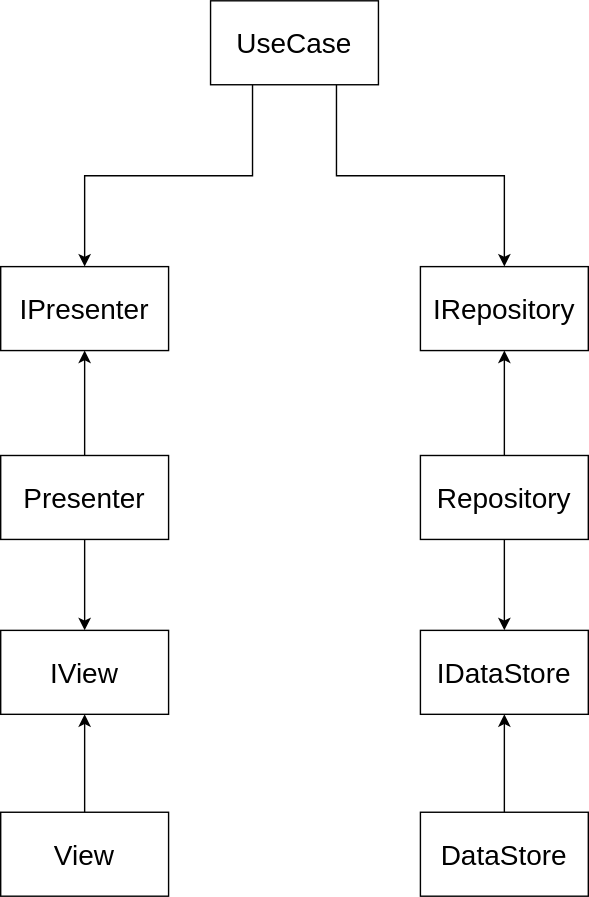
Earlier version of the draw.io export Docs/ProjectArchitecture.svg (ShotaKasuya/CanKicking). Source tidied: cells renumbered, new cells last; positions are measured from the earlier drawing's top-left corner, leaving out a move shared by most shapes.
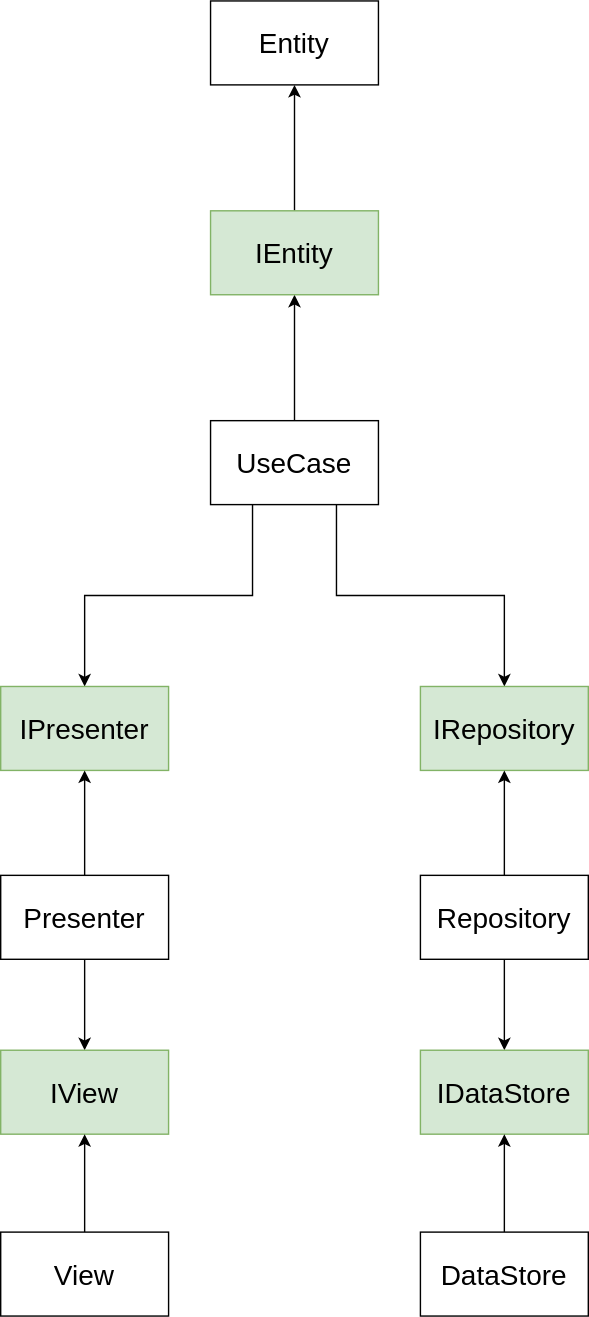
Above is the later version.

Diff of the diagram source:
```diff
@@ -8,13 +8,16 @@
     <mxCell id="3" style="edgeStyle=orthogonalEdgeStyle;rounded=0;jettySize=auto;html=1;exitX=0.75;exitY=1;exitDx=0;exitDy=0;entryX=0.5;entryY=0;entryDx=0;entryDy=0;" parent="1" edge="1" source="4" target="6">
       <mxGeometry relative="1" as="geometry" />
     </mxCell>
+    <mxCell id="19" style="edgeStyle=orthogonalEdgeStyle;rounded=0;jettySize=auto;html=1;exitX=0.5;exitY=0;exitDx=0;exitDy=0;entryX=0.5;entryY=1;entryDx=0;entryDy=0;" parent="1" edge="1" source="4" target="21">
+      <mxGeometry relative="1" as="geometry" />
+    </mxCell>
     <mxCell id="4" value="UseCase" style="rounded=0;whiteSpace=wrap;html=1;fontSize=20;" parent="1" vertex="1">
       <mxGeometry x="150" width="120" height="60" as="geometry" />
     </mxCell>
-    <mxCell id="5" value="IPresenter" style="rounded=0;whiteSpace=wrap;html=1;fontSize=20;" parent="1" vertex="1">
+    <mxCell id="5" value="IPresenter" style="rounded=0;whiteSpace=wrap;html=1;fontSize=20;fillColor=#d5e8d4;strokeColor=#82b366;" parent="1" vertex="1">
       <mxGeometry y="190" width="120" height="60" as="geometry" />
     </mxCell>
-    <mxCell id="6" value="IRepository" style="rounded=0;whiteSpace=wrap;html=1;fontSize=20;" parent="1" vertex="1">
+    <mxCell id="6" value="IRepository" style="rounded=0;whiteSpace=wrap;html=1;fontSize=20;fillColor=#d5e8d4;strokeColor=#82b366;" parent="1" vertex="1">
       <mxGeometry x="300" y="190" width="120" height="60" as="geometry" />
     </mxCell>
     <mxCell id="7" style="edgeStyle=orthogonalEdgeStyle;rounded=0;jettySize=auto;html=1;exitX=0.5;exitY=0;exitDx=0;exitDy=0;entryX=0.5;entryY=1;entryDx=0;entryDy=0;" parent="1" edge="1" source="9" target="6">
@@ -35,10 +38,10 @@
     <mxCell id="12" value="Presenter" style="rounded=0;whiteSpace=wrap;html=1;fontSize=20;" parent="1" vertex="1">
       <mxGeometry y="325" width="120" height="60" as="geometry" />
     </mxCell>
-    <mxCell id="13" value="IView" style="rounded=0;whiteSpace=wrap;html=1;fontSize=20;" parent="1" vertex="1">
+    <mxCell id="13" value="IView" style="rounded=0;whiteSpace=wrap;html=1;fontSize=20;fillColor=#d5e8d4;strokeColor=#82b366;" parent="1" vertex="1">
       <mxGeometry y="450" width="120" height="60" as="geometry" />
     </mxCell>
-    <mxCell id="14" value="IDataStore" style="rounded=0;whiteSpace=wrap;html=1;fontSize=20;" parent="1" vertex="1">
+    <mxCell id="14" value="IDataStore" style="rounded=0;whiteSpace=wrap;html=1;fontSize=20;fillColor=#d5e8d4;strokeColor=#82b366;" parent="1" vertex="1">
       <mxGeometry x="300" y="450" width="120" height="60" as="geometry" />
     </mxCell>
     <mxCell id="15" style="edgeStyle=orthogonalEdgeStyle;rounded=0;jettySize=auto;html=1;exitX=0.5;exitY=0;exitDx=0;exitDy=0;entryX=0.5;entryY=1;entryDx=0;entryDy=0;" parent="1" edge="1" source="16" target="13">
@@ -53,5 +56,14 @@
     <mxCell id="18" value="DataStore" style="rounded=0;whiteSpace=wrap;html=1;fontSize=20;" parent="1" vertex="1">
       <mxGeometry x="300" y="580" width="120" height="60" as="geometry" />
     </mxCell>
+    <mxCell id="20" style="edgeStyle=orthogonalEdgeStyle;rounded=0;jettySize=auto;html=1;exitX=0.5;exitY=0;exitDx=0;exitDy=0;entryX=0.5;entryY=1;entryDx=0;entryDy=0;" parent="1" edge="1" source="21" target="22">
+      <mxGeometry relative="1" as="geometry" />
+    </mxCell>
+    <mxCell id="21" value="IEntity" style="rounded=0;whiteSpace=wrap;html=1;fontSize=20;fillColor=#d5e8d4;strokeColor=#82b366;" parent="1" vertex="1">
+      <mxGeometry x="150" y="-150" width="120" height="60" as="geometry" />
+    </mxCell>
+    <mxCell id="22" value="Entity" style="rounded=0;whiteSpace=wrap;html=1;fontSize=20;" parent="1" vertex="1">
+      <mxGeometry x="150" y="-300" width="120" height="60" as="geometry" />
+    </mxCell>
   </root>
 </mxGraphModel>
```
